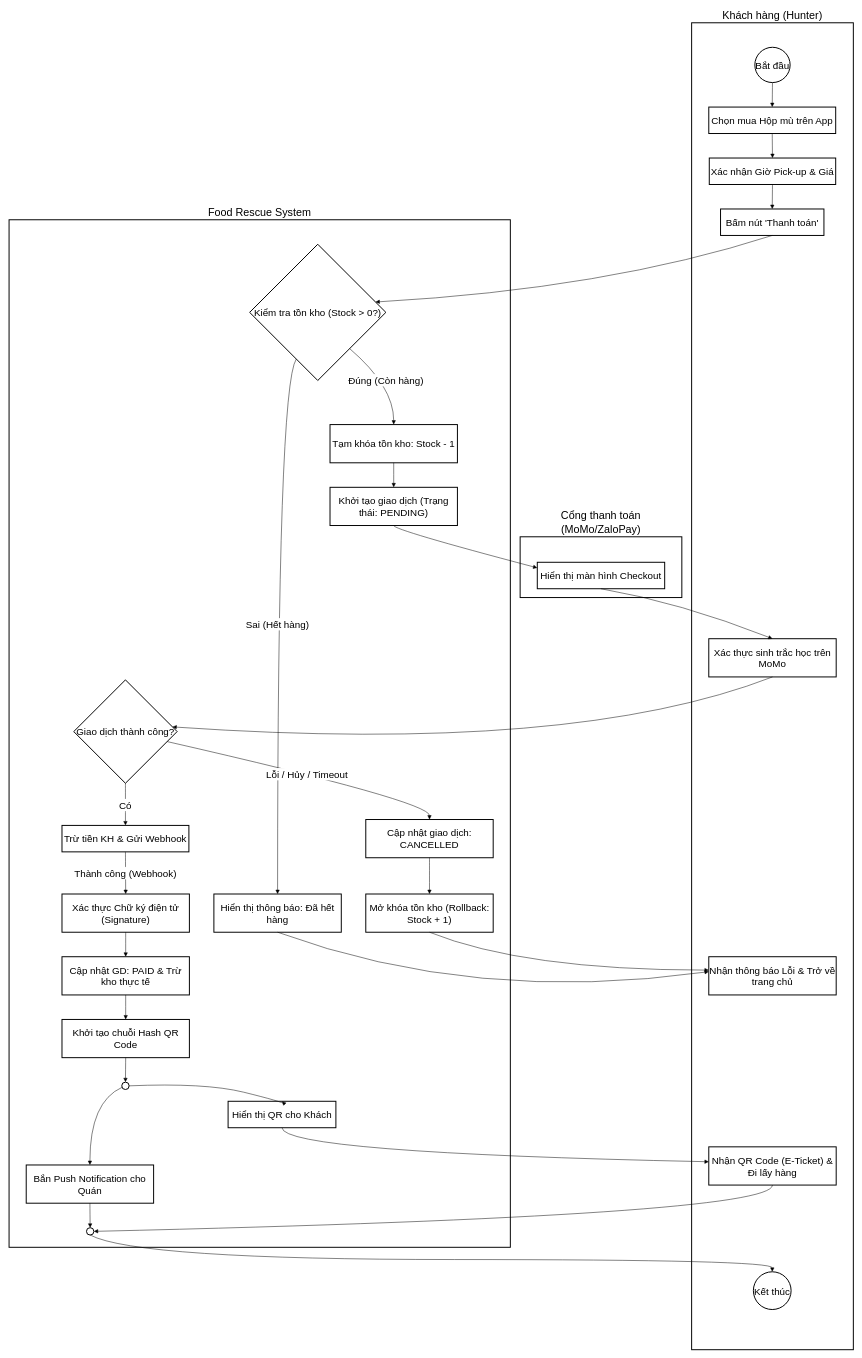
Before: food-rescue/avtd-blind-box.drawio in shin-client/drawio, a draw.io diagram. Source tidied: cells renumbered, new cells numbered last; positions are measured from the earlier drawing's top-left corner, leaving out a move shared by most shapes. Both pictures are drawn from the tidied source at 49%, with x=0, y=0 at pixel (9, 23).
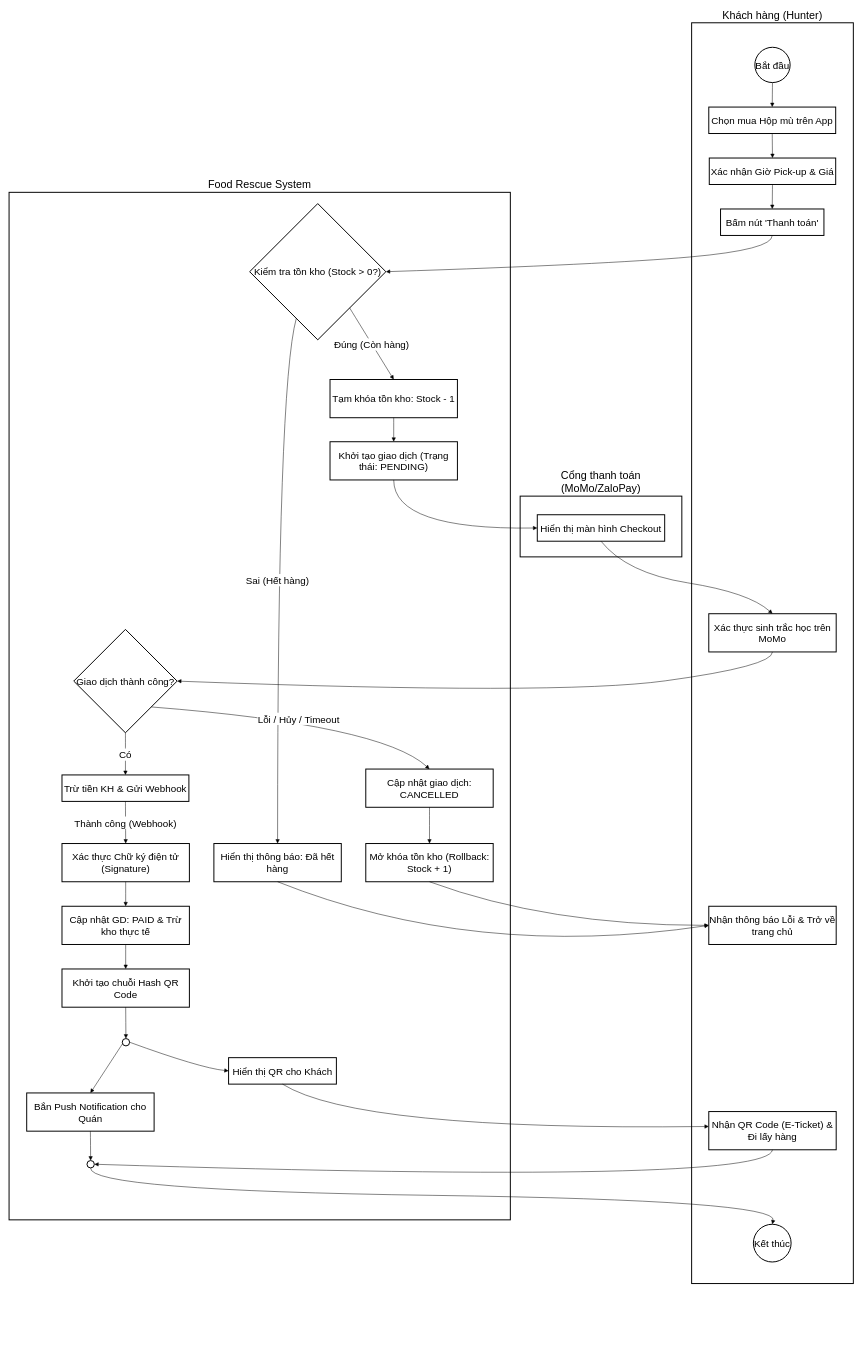
The same page after the edit.

The change refers to these unchanged cells:
```xml
<mxCell id="8" value="Bấm nút 'Thanh toán'" style="whiteSpace=wrap;strokeWidth=2;fontSize=20;" parent="1" vertex="1">
  <mxGeometry x="1452" y="380" width="211" height="54" as="geometry" />
</mxCell>
```

What changed in the source:
```diff
@@
     <mxCell id="2" value="Cổng thanh toán (MoMo/ZaloPay)" style="whiteSpace=wrap;strokeWidth=2;labelPosition=center;verticalLabelPosition=top;align=center;verticalAlign=bottom;fontSize=22;" parent="1" vertex="1">
-      <mxGeometry x="1043" y="1049" width="330" height="124" as="geometry" />
+      <mxGeometry x="1043" y="966" width="330" height="124" as="geometry" />
     </mxCell>
     <mxCell id="3" value="Food Rescue System" style="whiteSpace=wrap;strokeWidth=2;labelPosition=center;verticalLabelPosition=top;align=center;verticalAlign=bottom;fontSize=22;" parent="1" vertex="1">
-      <mxGeometry y="402" width="1023" height="2097" as="geometry" />
+      <mxGeometry y="346" width="1023" height="2097" as="geometry" />
     </mxCell>
     <mxCell id="4" value="Khách hàng (Hunter)" style="whiteSpace=wrap;strokeWidth=2;labelPosition=center;verticalLabelPosition=top;align=center;verticalAlign=bottom;fontSize=22;" parent="1" vertex="1">
-      <mxGeometry x="1393" width="330" height="2708" as="geometry" />
+      <mxGeometry x="1393" width="330" height="2573" as="geometry" />
     </mxCell>
@@
     <mxCell id="9" value="Nhận thông báo Lỗi &amp; Trở về trang chủ" style="whiteSpace=wrap;strokeWidth=2;fontSize=20;" parent="1" vertex="1">
-      <mxGeometry x="1428" y="1906" width="260" height="78" as="geometry" />
+      <mxGeometry x="1428" y="1803" width="260" height="78" as="geometry" />
     </mxCell>
     <mxCell id="10" value="Xác thực sinh trắc học trên MoMo" style="whiteSpace=wrap;strokeWidth=2;fontSize=20;" parent="1" vertex="1">
-      <mxGeometry x="1428" y="1257" width="260" height="78" as="geometry" />
+      <mxGeometry x="1428" y="1206" width="260" height="78" as="geometry" />
     </mxCell>
     <mxCell id="11" value="Nhận QR Code (E-Ticket) &amp; Đi lấy hàng" style="whiteSpace=wrap;strokeWidth=2;fontSize=20;" parent="1" vertex="1">
-      <mxGeometry x="1428" y="2294" width="260" height="78" as="geometry" />
+      <mxGeometry x="1428" y="2222" width="260" height="78" as="geometry" />
     </mxCell>
     <mxCell id="12" value="Kết thúc" style="ellipse;strokeWidth=2;whiteSpace=wrap;fontSize=20;" parent="1" vertex="1">
-      <mxGeometry x="1519" y="2549" width="77" height="77" as="geometry" />
+      <mxGeometry x="1519" y="2452" width="77" height="77" as="geometry" />
     </mxCell>
     <mxCell id="13" value="Kiểm tra tồn kho (Stock &gt; 0?)" style="rhombus;strokeWidth=2;whiteSpace=wrap;fontSize=20;" parent="1" vertex="1">
-      <mxGeometry x="491" y="452" width="278" height="278" as="geometry" />
+      <mxGeometry x="491" y="369" width="278" height="278" as="geometry" />
     </mxCell>
     <mxCell id="14" value="Hiển thị thông báo: Đã hết hàng" style="whiteSpace=wrap;strokeWidth=2;fontSize=20;" parent="1" vertex="1">
-      <mxGeometry x="418" y="1778" width="260" height="78" as="geometry" />
+      <mxGeometry x="418" y="1675" width="260" height="78" as="geometry" />
     </mxCell>
     <mxCell id="15" value="Tạm khóa tồn kho: Stock - 1" style="whiteSpace=wrap;strokeWidth=2;fontSize=20;" parent="1" vertex="1">
-      <mxGeometry x="655" y="820" width="260" height="78" as="geometry" />
+      <mxGeometry x="655" y="728" width="260" height="78" as="geometry" />
     </mxCell>
     <mxCell id="16" value="Khởi tạo giao dịch (Trạng thái: PENDING)" style="whiteSpace=wrap;strokeWidth=2;fontSize=20;" parent="1" vertex="1">
-      <mxGeometry x="655" y="948" width="260" height="78" as="geometry" />
+      <mxGeometry x="655" y="855" width="260" height="78" as="geometry" />
     </mxCell>
     <mxCell id="17" value="Giao dịch thành công?" style="rhombus;strokeWidth=2;whiteSpace=wrap;fontSize=20;" parent="1" vertex="1">
-      <mxGeometry x="132" y="1341" width="211" height="211" as="geometry" />
+      <mxGeometry x="132" y="1238" width="211" height="211" as="geometry" />
     </mxCell>
     <mxCell id="18" value="Cập nhật giao dịch: CANCELLED" style="whiteSpace=wrap;strokeWidth=2;fontSize=20;" parent="1" vertex="1">
-      <mxGeometry x="728" y="1626" width="260" height="78" as="geometry" />
+      <mxGeometry x="728" y="1523" width="260" height="78" as="geometry" />
     </mxCell>
     <mxCell id="19" value="Mở khóa tồn kho (Rollback: Stock + 1)" style="whiteSpace=wrap;strokeWidth=2;fontSize=20;" parent="1" vertex="1">
-      <mxGeometry x="728" y="1778" width="260" height="78" as="geometry" />
+      <mxGeometry x="728" y="1675" width="260" height="78" as="geometry" />
     </mxCell>
     <mxCell id="20" value="Trừ tiền KH &amp; Gửi Webhook" style="whiteSpace=wrap;strokeWidth=2;fontSize=20;" parent="1" vertex="1">
-      <mxGeometry x="108" y="1638" width="259" height="54" as="geometry" />
+      <mxGeometry x="108" y="1535" width="259" height="54" as="geometry" />
     </mxCell>
     <mxCell id="21" value="Xác thực Chữ ký điện tử (Signature)" style="whiteSpace=wrap;strokeWidth=2;fontSize=20;" parent="1" vertex="1">
-      <mxGeometry x="108" y="1778" width="260" height="78" as="geometry" />
+      <mxGeometry x="108" y="1675" width="260" height="78" as="geometry" />
     </mxCell>
     <mxCell id="22" value="Cập nhật GD: PAID &amp; Trừ kho thực tế" style="whiteSpace=wrap;strokeWidth=2;fontSize=20;" parent="1" vertex="1">
-      <mxGeometry x="108" y="1906" width="260" height="78" as="geometry" />
+      <mxGeometry x="108" y="1803" width="260" height="78" as="geometry" />
     </mxCell>
     <mxCell id="23" value="Khởi tạo chuỗi Hash QR Code" style="whiteSpace=wrap;strokeWidth=2;fontSize=20;" parent="1" vertex="1">
-      <mxGeometry x="108" y="2034" width="260" height="78" as="geometry" />
+      <mxGeometry x="108" y="1931" width="260" height="78" as="geometry" />
     </mxCell>
     <mxCell id="24" style="ellipse;strokeWidth=2;whiteSpace=wrap;fontSize=20;" parent="1" vertex="1">
-      <mxGeometry x="230" y="2162" width="15" height="15" as="geometry" />
+      <mxGeometry x="231" y="2073" width="15" height="15" as="geometry" />
     </mxCell>
     <mxCell id="25" value="Hiển thị QR cho Khách" style="whiteSpace=wrap;strokeWidth=2;fontSize=20;" parent="1" vertex="1">
-      <mxGeometry x="447" y="2201" width="220" height="54" as="geometry" />
+      <mxGeometry x="448" y="2112" width="220" height="54" as="geometry" />
     </mxCell>
     <mxCell id="26" value="Bắn Push Notification cho Quán" style="whiteSpace=wrap;strokeWidth=2;fontSize=20;" parent="1" vertex="1">
-      <mxGeometry x="35" y="2331" width="260" height="78" as="geometry" />
+      <mxGeometry x="36" y="2184" width="260" height="78" as="geometry" />
     </mxCell>
     <mxCell id="27" style="ellipse;strokeWidth=2;whiteSpace=wrap;fontSize=20;" parent="1" vertex="1">
-      <mxGeometry x="158" y="2459" width="15" height="15" as="geometry" />
+      <mxGeometry x="159" y="2322" width="15" height="15" as="geometry" />
     </mxCell>
     <mxCell id="28" value="Hiển thị màn hình Checkout" style="whiteSpace=wrap;strokeWidth=2;fontSize=20;" parent="1" vertex="1">
-      <mxGeometry x="1078" y="1101" width="260" height="54" as="geometry" />
+      <mxGeometry x="1078" y="1004" width="260" height="54" as="geometry" />
     </mxCell>
@@
-    <mxCell id="32" style="curved=1;startArrow=none;endArrow=block;exitX=0.5;exitY=1;entryX=1;entryY=0.41;rounded=0;fontSize=20;" parent="1" edge="1" source="8" target="13">
+    <mxCell id="32" style="curved=1;startArrow=none;endArrow=block;exitX=0.5;exitY=1;entryX=1;entryY=0.5;rounded=0;fontSize=20;entryDx=0;entryDy=0;exitDx=0;exitDy=0;" parent="1" edge="1" source="8" target="13">
       <mxGeometry relative="1" as="geometry">
         <Array as="points">
-          <mxPoint x="1220" y="543" />
+          <mxPoint x="1558" y="463" />
+          <mxPoint x="1220" y="493" />
         </Array>
       </mxGeometry>
     </mxCell>
@@
-    <mxCell id="34" style="curved=1;startArrow=none;endArrow=block;exitX=0.5;exitY=1;entryX=0;entryY=0.39;rounded=0;fontSize=20;" parent="1" edge="1" source="14" target="9">
+    <mxCell id="34" style="curved=1;startArrow=none;endArrow=block;exitX=0.5;exitY=1;entryX=0;entryY=0.5;rounded=0;fontSize=20;entryDx=0;entryDy=0;" parent="1" edge="1" source="14" target="9">
       <mxGeometry relative="1" as="geometry">
         <Array as="points">
-          <mxPoint x="950" y="2003" />
+          <mxPoint x="950" y="1913" />
         </Array>
       </mxGeometry>
     </mxCell>
-    <mxCell id="35" value="Đúng (Còn hàng)" style="curved=1;startArrow=none;endArrow=block;exitX=0.94;exitY=1;entryX=0.5;entryY=0;rounded=0;fontSize=20;" parent="1" edge="1" source="13" target="15">
-      <mxGeometry relative="1" as="geometry">
-        <Array as="points">
-          <mxPoint x="785" y="742" />
-        </Array>
-      </mxGeometry>
+    <mxCell id="35" value="Đúng (Còn hàng)" style="curved=1;startArrow=none;endArrow=block;exitX=0.94;exitY=1;entryX=0.5;entryY=0;rounded=0;fontSize=20;entryDx=0;entryDy=0;" parent="1" edge="1" source="13" target="15">
+      <mxGeometry relative="1" as="geometry" />
     </mxCell>
@@
-    <mxCell id="37" value="Lỗi / Hủy / Timeout" style="curved=1;startArrow=none;endArrow=block;exitX=1;exitY=0.62;entryX=0.5;entryY=0;rounded=0;fontSize=20;" parent="1" edge="1" source="17" target="18">
+    <mxCell id="37" value="Lỗi / Hủy / Timeout" style="curved=1;startArrow=none;endArrow=block;exitX=1;exitY=1;entryX=0.5;entryY=0;rounded=0;fontSize=20;exitDx=0;exitDy=0;" parent="1" edge="1" source="17" target="18">
       <mxGeometry relative="1" as="geometry">
         <Array as="points">
-          <mxPoint x="858" y="1589" />
+          <mxPoint x="760" y="1433" />
         </Array>
       </mxGeometry>
     </mxCell>
@@
-    <mxCell id="39" style="curved=1;startArrow=none;endArrow=block;exitX=0.5;exitY=1;entryX=0;entryY=0.35;rounded=0;fontSize=20;" parent="1" edge="1" source="19" target="9">
+    <mxCell id="39" style="curved=1;startArrow=none;endArrow=block;exitX=0.5;exitY=1;entryX=0;entryY=0.5;rounded=0;fontSize=20;entryDx=0;entryDy=0;" parent="1" edge="1" source="19" target="9">
       <mxGeometry relative="1" as="geometry">
         <Array as="points">
-          <mxPoint x="1050" y="1933" />
+          <mxPoint x="1100" y="1842" />
         </Array>
       </mxGeometry>
     </mxCell>
@@
-    <mxCell id="44" style="curved=1;startArrow=none;endArrow=block;exitX=1.01;exitY=0.55;entryX=0.5;entryY=0;rounded=0;fontSize=20;" parent="1" edge="1" source="24" target="25">
+    <mxCell id="44" style="curved=1;startArrow=none;endArrow=block;exitX=1.01;exitY=0.55;entryX=0;entryY=0.5;rounded=0;fontSize=20;entryDx=0;entryDy=0;" parent="1" edge="1" source="24" target="25">
       <mxGeometry relative="1" as="geometry">
         <Array as="points">
-          <mxPoint x="400" y="2163" />
-          <mxPoint x="558" y="2202" />
+          <mxPoint x="390" y="2133" />
         </Array>
       </mxGeometry>
     </mxCell>
     <mxCell id="45" style="curved=1;startArrow=none;endArrow=block;exitX=0.01;exitY=0.73;entryX=0.5;entryY=0;rounded=0;fontSize=20;" parent="1" edge="1" source="24" target="26">
-      <mxGeometry relative="1" as="geometry">
-        <Array as="points">
-          <mxPoint x="165" y="2202" />
-        </Array>
-      </mxGeometry>
+      <mxGeometry relative="1" as="geometry" />
     </mxCell>
     <mxCell id="46" style="curved=1;startArrow=none;endArrow=block;exitX=0.5;exitY=1;entryX=0;entryY=0.39;rounded=0;fontSize=20;" parent="1" edge="1" source="25" target="11">
       <mxGeometry relative="1" as="geometry">
         <Array as="points">
-          <mxPoint x="558" y="2306" />
+          <mxPoint x="710" y="2261" />
         </Array>
       </mxGeometry>
     </mxCell>
@@
-    <mxCell id="48" style="curved=1;startArrow=none;endArrow=block;exitX=0.5;exitY=1;entryX=0;entryY=0.21;rounded=0;fontSize=20;" parent="1" edge="1" source="16" target="28">
+    <mxCell id="48" style="curved=1;startArrow=none;endArrow=block;exitX=0.5;exitY=1;entryX=0;entryY=0.5;rounded=0;fontSize=20;entryDx=0;entryDy=0;" parent="1" edge="1" source="16" target="28">
       <mxGeometry relative="1" as="geometry">
         <Array as="points">
           <mxPoint x="785" y="1035" />
         </Array>
       </mxGeometry>
     </mxCell>
     <mxCell id="49" style="curved=1;startArrow=none;endArrow=block;exitX=0.5;exitY=1;entryX=0.5;entryY=0;rounded=0;fontSize=20;" parent="1" edge="1" source="28" target="10">
       <mxGeometry relative="1" as="geometry">
         <Array as="points">
-          <mxPoint x="1370" y="1183" />
+          <mxPoint x="1260" y="1123" />
+          <mxPoint x="1510" y="1163" />
         </Array>
       </mxGeometry>
     </mxCell>
-    <mxCell id="50" style="curved=1;startArrow=none;endArrow=block;exitX=0.5;exitY=1;entryX=1;entryY=0.45;rounded=0;fontSize=20;" parent="1" edge="1" source="10" target="17">
+    <mxCell id="50" style="curved=1;startArrow=none;endArrow=block;exitX=0.5;exitY=1;entryX=1;entryY=0.5;rounded=0;fontSize=20;entryDx=0;entryDy=0;" parent="1" edge="1" source="10" target="17">
       <mxGeometry relative="1" as="geometry">
         <Array as="points">
-          <mxPoint x="1150" y="1493" />
+          <mxPoint x="1558" y="1313" />
+          <mxPoint x="1120" y="1373" />
         </Array>
       </mxGeometry>
     </mxCell>
@@
     <mxCell id="52" style="curved=1;startArrow=none;endArrow=block;exitX=0.5;exitY=1;entryX=0.97;entryY=0.49;rounded=0;fontSize=20;" parent="1" edge="1" source="11" target="27">
       <mxGeometry relative="1" as="geometry">
         <Array as="points">
-          <mxPoint x="1558" y="2434" />
+          <mxPoint x="1550" y="2373" />
         </Array>
       </mxGeometry>
     </mxCell>
     <mxCell id="53" style="curved=1;startArrow=none;endArrow=block;exitX=0.47;exitY=1;entryX=0.5;entryY=0;rounded=0;fontSize=20;strokeWidth=1;" parent="1" edge="1" source="27" target="12">
       <mxGeometry relative="1" as="geometry">
         <Array as="points">
-          <mxPoint x="260" y="2524" />
-          <mxPoint x="1558" y="2524" />
+          <mxPoint x="160" y="2383" />
+          <mxPoint x="1570" y="2403" />
         </Array>
       </mxGeometry>
     </mxCell>
```
